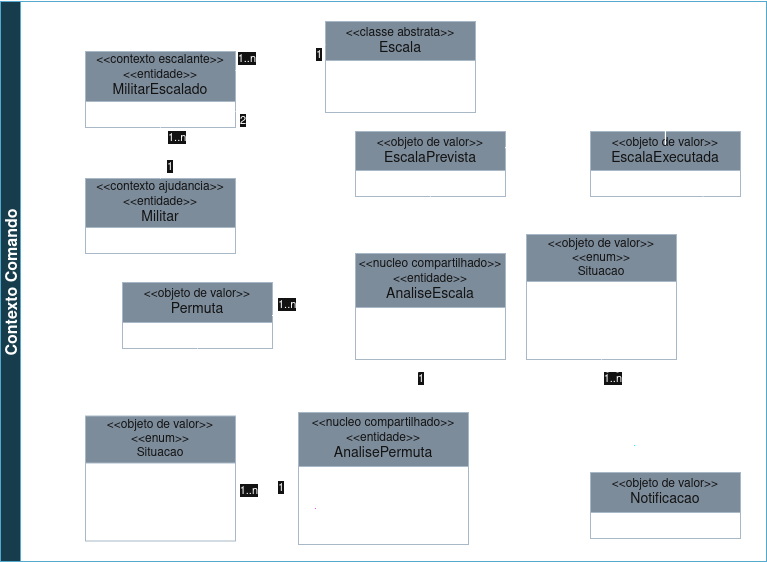
The draw.io diagram docs/diagramas/img/DiagramaUMLComando.png in joaoAaf/escalante-ddd, before a commit. Source tidied: cells renumbered, new cells last; positions are measured from the earlier drawing's top-left corner, leaving out a move shared by most shapes.
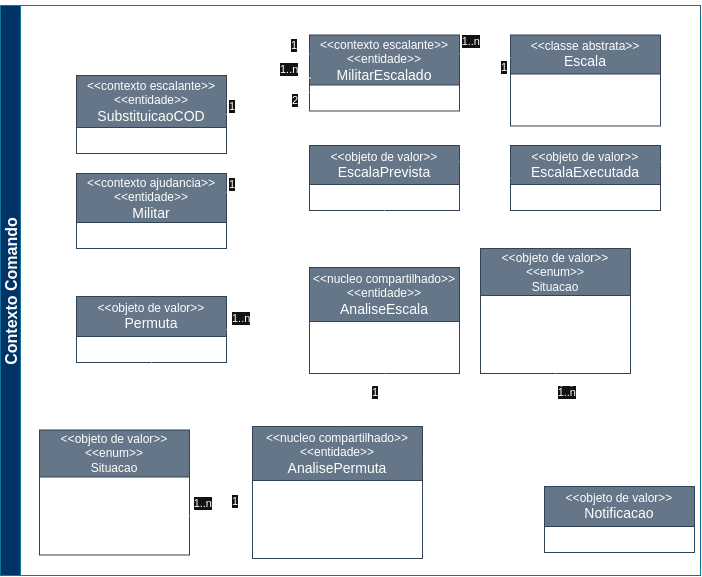
After the commit.

Change to the diagram source:
```diff
@@ -3,7 +3,7 @@
     <mxCell id="0" />
     <mxCell id="1" parent="0" />
     <mxCell id="2" value="&lt;div&gt;&lt;div&gt;&lt;div&gt;&amp;lt;&amp;lt;contexto escalante&amp;gt;&amp;gt;&lt;/div&gt;&lt;/div&gt;&lt;/div&gt;&lt;div&gt;&lt;div&gt;&amp;lt;&amp;lt;entidade&amp;gt;&amp;gt;&lt;/div&gt;&lt;/div&gt;&lt;div&gt;&lt;font style=&quot;font-size: 14px;&quot;&gt;MilitarEscalado&lt;/font&gt;&lt;/div&gt;" style="swimlane;fontStyle=0;horizontal=1;startSize=50;fillColor=#647687;whiteSpace=wrap;html=1;fontColor=#ffffff;strokeColor=#314354;" parent="1" vertex="1">
-      <mxGeometry x="85" y="50" width="150" height="76" as="geometry" />
+      <mxGeometry x="355" y="19.5" width="150" height="76" as="geometry" />
     </mxCell>
     <mxCell id="3" value="&lt;div&gt;&amp;lt;&amp;lt;objeto de valor&amp;gt;&amp;gt;&lt;br&gt;&lt;font style=&quot;font-size: 14px;&quot;&gt;EscalaPrevista&lt;/font&gt;&lt;/div&gt;" style="swimlane;fontStyle=0;horizontal=1;startSize=39;fillColor=#647687;whiteSpace=wrap;html=1;fontColor=#ffffff;strokeColor=#314354;" parent="1" vertex="1">
       <mxGeometry x="355" y="130" width="150" height="65" as="geometry" />
@@ -11,12 +11,12 @@
     <mxCell id="4" value="&lt;div&gt;&amp;lt;&amp;lt;objeto de valor&amp;gt;&amp;gt;&lt;br&gt;&lt;font style=&quot;font-size: 14px;&quot;&gt;Permuta&lt;/font&gt;&lt;/div&gt;" style="swimlane;fontStyle=0;horizontal=1;startSize=40;fillColor=#647687;whiteSpace=wrap;html=1;fontColor=#ffffff;strokeColor=#314354;" parent="1" vertex="1">
       <mxGeometry x="122" y="281" width="150" height="66" as="geometry" />
     </mxCell>
-    <mxCell id="5" style="endArrow=none;html=1;endSize=12;startArrow=none;startSize=14;startFill=0;edgeStyle=orthogonalEdgeStyle;rounded=0;exitX=1;exitY=0.5;exitDx=0;exitDy=0;" parent="1" edge="1" source="4">
+    <mxCell id="5" style="endArrow=none;html=1;endSize=12;startArrow=none;startSize=14;startFill=0;edgeStyle=orthogonalEdgeStyle;rounded=0;exitX=1;exitY=0.5;exitDx=0;exitDy=0;entryX=0;entryY=0.75;entryDx=0;entryDy=0;" parent="1" edge="1" source="4" target="2">
       <mxGeometry relative="1" as="geometry">
-        <mxPoint x="235" y="110" as="targetPoint" />
         <Array as="points">
-          <mxPoint x="306" y="314" />
-          <mxPoint x="306" y="110" />
+          <mxPoint x="326" y="314" />
+          <mxPoint x="326" y="77" />
+          <mxPoint x="355" y="77" />
         </Array>
       </mxGeometry>
     </mxCell>
@@ -27,11 +27,11 @@
     </mxCell>
     <mxCell id="7" value="2" style="edgeLabel;html=1;align=right;verticalAlign=top;" parent="5" vertex="1">
       <mxGeometry x="1" relative="1" as="geometry">
-        <mxPoint x="11" y="-4" as="offset" />
+        <mxPoint x="-11" y="-4" as="offset" />
       </mxGeometry>
     </mxCell>
     <mxCell id="8" value="&lt;div&gt;&amp;lt;&amp;lt;objeto de valor&amp;gt;&amp;gt;&lt;br&gt;&lt;font style=&quot;font-size: 14px;&quot;&gt;EscalaExecutada&lt;/font&gt;&lt;/div&gt;" style="swimlane;fontStyle=0;horizontal=1;startSize=39;fillColor=#647687;whiteSpace=wrap;html=1;fontColor=#ffffff;strokeColor=#314354;" parent="1" vertex="1">
-      <mxGeometry x="590" y="130" width="150" height="65" as="geometry" />
+      <mxGeometry x="556" y="130" width="150" height="65" as="geometry" />
     </mxCell>
     <mxCell id="9" value="&lt;div&gt;&lt;div&gt;&lt;div&gt;&lt;div&gt;&amp;lt;&amp;lt;nucleo compartilhado&amp;gt;&amp;gt;&lt;/div&gt;&lt;/div&gt;&lt;/div&gt;&lt;/div&gt;&lt;div&gt;&amp;lt;&amp;lt;entidade&amp;gt;&amp;gt;&lt;br&gt;&lt;font style=&quot;font-size: 14px;&quot;&gt;AnalisePermuta&lt;/font&gt;&lt;/div&gt;" style="swimlane;fontStyle=0;horizontal=1;startSize=54;fillColor=#647687;whiteSpace=wrap;html=1;fontColor=#ffffff;strokeColor=#314354;" parent="1" vertex="1">
       <mxGeometry x="298" y="411" width="170" height="132" as="geometry" />
@@ -74,21 +74,8 @@
       <mxGeometry relative="1" as="geometry" />
     </mxCell>
     <mxCell id="21" value="&lt;div&gt;&lt;div&gt;&amp;lt;&amp;lt;contexto ajudancia&amp;gt;&amp;gt;&lt;/div&gt;&lt;/div&gt;&amp;lt;&amp;lt;entidade&amp;gt;&amp;gt;&lt;br&gt;&lt;font style=&quot;font-size: 14px;&quot;&gt;Militar&lt;/font&gt;" style="swimlane;fontStyle=0;horizontal=1;startSize=49;fillColor=#647687;whiteSpace=wrap;html=1;fontColor=#ffffff;strokeColor=#314354;" parent="1" vertex="1">
-      <mxGeometry x="85" y="177" width="150" height="75" as="geometry" />
+      <mxGeometry x="122" y="158" width="150" height="75" as="geometry" />
     </mxCell>
-    <mxCell id="22" style="endArrow=none;html=1;endSize=12;startArrow=none;startSize=14;startFill=0;edgeStyle=orthogonalEdgeStyle;rounded=0;exitX=0.5;exitY=1;exitDx=0;exitDy=0;entryX=0.5;entryY=0;entryDx=0;entryDy=0;" parent="1" edge="1" source="2" target="21">
-      <mxGeometry relative="1" as="geometry" />
-    </mxCell>
-    <mxCell id="23" value="&lt;div&gt;1..n&lt;/div&gt;" style="edgeLabel;html=1;align=left;verticalAlign=top;" parent="22" vertex="1">
-      <mxGeometry x="-1" relative="1" as="geometry">
-        <mxPoint x="6" y="-3" as="offset" />
-      </mxGeometry>
-    </mxCell>
-    <mxCell id="24" value="1" style="edgeLabel;html=1;align=right;verticalAlign=top;" parent="22" vertex="1">
-      <mxGeometry x="1" relative="1" as="geometry">
-        <mxPoint x="13" y="-25" as="offset" />
-      </mxGeometry>
-    </mxCell>
     <mxCell id="25" value="&lt;div&gt;&lt;div&gt;&lt;div&gt;&lt;div&gt;&amp;lt;&amp;lt;nucleo compartilhado&amp;gt;&amp;gt;&lt;/div&gt;&lt;/div&gt;&lt;/div&gt;&lt;/div&gt;&lt;div&gt;&amp;lt;&amp;lt;entidade&amp;gt;&amp;gt;&lt;br&gt;&lt;font style=&quot;font-size: 14px;&quot;&gt;AnaliseEscala&lt;/font&gt;&lt;/div&gt;" style="swimlane;fontStyle=0;horizontal=1;startSize=54;fillColor=#647687;whiteSpace=wrap;html=1;fontColor=#ffffff;strokeColor=#314354;" parent="1" vertex="1">
       <mxGeometry x="355" y="252" width="150" height="106" as="geometry" />
     </mxCell>
@@ -131,11 +118,16 @@
         <mxPoint x="21" y="6" as="offset" />
       </mxGeometry>
     </mxCell>
-    <mxCell id="36" style="endArrow=none;html=1;endSize=12;startArrow=open;startSize=14;startFill=0;edgeStyle=orthogonalEdgeStyle;rounded=0;entryX=0.75;entryY=1;entryDx=0;entryDy=0;dashed=1;exitX=1;exitY=0.25;exitDx=0;exitDy=0;" parent="1" edge="1" source="9" target="8">
-      <mxGeometry relative="1" as="geometry" />
+    <mxCell id="36" style="endArrow=none;html=1;endSize=12;startArrow=open;startSize=14;startFill=0;edgeStyle=orthogonalEdgeStyle;rounded=0;entryX=1;entryY=0.75;entryDx=0;entryDy=0;dashed=1;exitX=1;exitY=0.25;exitDx=0;exitDy=0;" parent="1" edge="1" source="9" target="8">
+      <mxGeometry relative="1" as="geometry">
+        <Array as="points">
+          <mxPoint x="716" y="444" />
+          <mxPoint x="716" y="179" />
+        </Array>
+      </mxGeometry>
     </mxCell>
     <mxCell id="37" value="&lt;div&gt;&amp;lt;&amp;lt;classe abstrata&amp;gt;&amp;gt;&lt;/div&gt;&lt;div&gt;&lt;font style=&quot;font-size: 14px;&quot;&gt;Escala&lt;/font&gt;&lt;/div&gt;" style="swimlane;fontStyle=0;horizontal=1;startSize=39;fillColor=#647687;whiteSpace=wrap;html=1;fontColor=#ffffff;strokeColor=#314354;" parent="1" vertex="1">
-      <mxGeometry x="325" y="20" width="150" height="91" as="geometry" />
+      <mxGeometry x="556" y="19.5" width="150" height="91" as="geometry" />
     </mxCell>
     <mxCell id="38" value="- dataInicial: Date" style="text;strokeColor=none;fillColor=none;align=left;verticalAlign=top;spacingLeft=4;spacingRight=4;overflow=hidden;whiteSpace=wrap;html=1;" parent="37" vertex="1">
       <mxGeometry y="39" width="150" height="26" as="geometry" />
@@ -156,34 +148,22 @@
         <mxPoint x="21" y="-25" as="offset" />
       </mxGeometry>
     </mxCell>
-    <mxCell id="43" style="endArrow=block;html=1;endSize=12;startArrow=none;startSize=14;startFill=0;edgeStyle=orthogonalEdgeStyle;rounded=0;endFill=0;entryX=1;entryY=0.25;entryDx=0;entryDy=0;exitX=1;exitY=0.25;exitDx=0;exitDy=0;" parent="1" edge="1" source="3" target="37">
+    <mxCell id="43" style="endArrow=block;html=1;endSize=12;startArrow=none;startSize=14;startFill=0;edgeStyle=orthogonalEdgeStyle;rounded=0;endFill=0;entryX=0;entryY=0.5;entryDx=0;entryDy=0;exitX=1;exitY=0.25;exitDx=0;exitDy=0;" parent="1" edge="1" source="3" target="39">
       <mxGeometry relative="1" as="geometry">
         <Array as="points">
-          <mxPoint x="527" y="146" />
-          <mxPoint x="527" y="43" />
+          <mxPoint x="536" y="146" />
+          <mxPoint x="536" y="97" />
         </Array>
       </mxGeometry>
     </mxCell>
-    <mxCell id="44" style="endArrow=block;html=1;endSize=12;startArrow=none;startSize=14;startFill=0;edgeStyle=orthogonalEdgeStyle;rounded=0;endFill=0;entryX=1;entryY=0.25;entryDx=0;entryDy=0;exitX=0.5;exitY=0;exitDx=0;exitDy=0;" parent="1" edge="1" source="8" target="37">
-      <mxGeometry relative="1" as="geometry">
-        <Array as="points">
-          <mxPoint x="665" y="143" />
-          <mxPoint x="666" y="143" />
-          <mxPoint x="666" y="43" />
-        </Array>
-      </mxGeometry>
-    </mxCell>
-    <mxCell id="45" style="endArrow=none;html=1;endSize=12;startArrow=open;startSize=14;startFill=0;edgeStyle=orthogonalEdgeStyle;rounded=0;entryX=0;entryY=0.75;entryDx=0;entryDy=0;dashed=1;exitX=1;exitY=0.75;exitDx=0;exitDy=0;" parent="1" edge="1" source="3" target="8">
-      <mxGeometry relative="1" as="geometry" />
-    </mxCell>
     <mxCell id="46" value="&lt;div&gt;&amp;lt;&amp;lt;objeto de valor&amp;gt;&amp;gt;&lt;br&gt;&lt;font style=&quot;font-size: 14px;&quot;&gt;Notificacao&lt;/font&gt;&lt;/div&gt;" style="swimlane;fontStyle=0;horizontal=1;startSize=40;fillColor=#647687;whiteSpace=wrap;html=1;fontColor=#ffffff;strokeColor=#314354;" parent="1" vertex="1">
       <mxGeometry x="590" y="471" width="150" height="66" as="geometry" />
     </mxCell>
     <mxCell id="47" style="endArrow=none;html=1;endSize=12;startArrow=open;startSize=14;startFill=0;edgeStyle=orthogonalEdgeStyle;rounded=0;entryX=0;entryY=0.5;entryDx=0;entryDy=0;dashed=1;exitX=1;exitY=0.5;exitDx=0;exitDy=0;" parent="1" edge="1" source="11" target="46">
       <mxGeometry relative="1" as="geometry" />
     </mxCell>
-    <mxCell id="48" value="Contexto Comando" style="swimlane;startSize=20;horizontal=0;horizontalTree=1;sortEdges=1;containerType=tree;fontSize=16;fillColor=#b1ddf0;strokeColor=#10739e;" parent="1" vertex="1">
-      <mxGeometry width="766" height="560" as="geometry" />
+    <mxCell id="48" value="Contexto Comando" style="swimlane;startSize=20;horizontal=0;horizontalTree=1;sortEdges=1;containerType=tree;fontSize=16;fillColor=#003366;strokeColor=#10739e;fillStyle=auto;" parent="1" vertex="1">
+      <mxGeometry x="46" y="-10" width="700" height="570" as="geometry" />
     </mxCell>
     <mxCell id="49" style="endArrow=none;dashed=1;html=1;dashPattern=1 4;strokeWidth=2;rounded=0;" parent="1" edge="1">
       <mxGeometry relative="1" as="geometry">
@@ -245,41 +225,81 @@
         <mxPoint x="66" y="550" as="targetPoint" />
       </mxGeometry>
     </mxCell>
-    <mxCell id="59" style="endArrow=none;dashed=1;html=1;dashPattern=1 4;strokeWidth=2;rounded=0;entryX=0;entryY=0;entryDx=0;entryDy=0;exitX=0;exitY=0;exitDx=0;exitDy=0;" parent="1" edge="1">
-      <mxGeometry relative="1" as="geometry">
-        <mxPoint x="76" y="150" as="sourcePoint" />
-        <mxPoint x="76" as="targetPoint" />
-      </mxGeometry>
-    </mxCell>
-    <mxCell id="60" style="endArrow=none;dashed=1;html=1;dashPattern=1 4;strokeWidth=2;rounded=0;entryX=0;entryY=0;entryDx=0;entryDy=0;exitX=1;exitY=0;exitDx=0;exitDy=0;" parent="1" edge="1">
+    <mxCell id="60" style="endArrow=none;dashed=1;html=1;dashPattern=1 4;strokeWidth=2;rounded=0;" parent="1" edge="1">
       <mxGeometry relative="1" as="geometry">
-        <mxPoint x="756" y="10" as="sourcePoint" />
-        <mxPoint x="76" y="10" as="targetPoint" />
+        <mxPoint x="726" y="10" as="sourcePoint" />
+        <mxPoint x="336" y="10" as="targetPoint" />
       </mxGeometry>
     </mxCell>
-    <mxCell id="61" style="endArrow=none;dashed=1;html=1;dashPattern=1 4;strokeWidth=2;rounded=0;exitX=1;exitY=1;exitDx=0;exitDy=0;entryX=1;entryY=1;entryDx=0;entryDy=0;" parent="1" edge="1">
+    <mxCell id="61" style="endArrow=none;dashed=1;html=1;dashPattern=1 4;strokeWidth=2;rounded=0;" parent="1" edge="1">
       <mxGeometry relative="1" as="geometry">
-        <mxPoint x="756" y="210" as="sourcePoint" />
-        <mxPoint x="266" y="210" as="targetPoint" />
+        <mxPoint x="726" y="210" as="sourcePoint" />
+        <mxPoint x="346" y="210" as="targetPoint" />
       </mxGeometry>
     </mxCell>
     <mxCell id="62" style="endArrow=none;dashed=1;html=1;dashPattern=1 4;strokeWidth=2;rounded=0;entryX=1;entryY=0;entryDx=0;entryDy=0;exitX=1;exitY=1;exitDx=0;exitDy=0;" parent="1" edge="1">
       <mxGeometry relative="1" as="geometry">
-        <mxPoint x="756" y="210" as="sourcePoint" />
-        <mxPoint x="756" y="10" as="targetPoint" />
+        <mxPoint x="726" y="210" as="sourcePoint" />
+        <mxPoint x="726" y="10" as="targetPoint" />
       </mxGeometry>
     </mxCell>
-    <mxCell id="63" style="endArrow=none;dashed=1;html=1;dashPattern=1 4;strokeWidth=2;rounded=0;entryX=0;entryY=0;entryDx=0;entryDy=0;exitX=1;exitY=0;exitDx=0;exitDy=0;" parent="1" edge="1">
-      <mxGeometry relative="1" as="geometry">
-        <mxPoint x="266" y="150" as="sourcePoint" />
-        <mxPoint x="76" y="150" as="targetPoint" />
-      </mxGeometry>
-    </mxCell>
-    <mxCell id="64" style="endArrow=none;dashed=1;html=1;dashPattern=1 4;strokeWidth=2;rounded=0;entryX=1;entryY=0;entryDx=0;entryDy=0;exitX=1;exitY=1;exitDx=0;exitDy=0;" parent="1" edge="1">
+    <mxCell id="64" style="endArrow=none;dashed=1;html=1;dashPattern=1 4;strokeWidth=2;rounded=0;exitX=1;exitY=1;exitDx=0;exitDy=0;" parent="1" edge="1">
       <mxGeometry relative="1" as="geometry">
-        <mxPoint x="266" y="210" as="sourcePoint" />
-        <mxPoint x="266" y="150" as="targetPoint" />
+        <mxPoint x="346" y="210" as="sourcePoint" />
+        <mxPoint x="346" y="10" as="targetPoint" />
       </mxGeometry>
     </mxCell>
+    <mxCell id="65" value="&lt;div&gt;&lt;div&gt;&amp;lt;&amp;lt;contexto escalante&amp;gt;&amp;gt;&lt;/div&gt;&lt;div&gt;&lt;/div&gt;&lt;div&gt;&amp;lt;&amp;lt;entidade&amp;gt;&amp;gt;&lt;/div&gt;&lt;div&gt;&lt;span style=&quot;font-size: 14px;&quot;&gt;SubstituicaoCOD&lt;/span&gt;&lt;/div&gt;&lt;/div&gt;" style="swimlane;fontStyle=0;horizontal=1;startSize=52;fillColor=#647687;whiteSpace=wrap;html=1;fontColor=#ffffff;strokeColor=#314354;" parent="1" vertex="1">
+      <mxGeometry x="122" y="60" width="150" height="78" as="geometry" />
+    </mxCell>
+    <mxCell id="22" style="endArrow=none;html=1;endSize=12;startArrow=none;startSize=14;startFill=0;edgeStyle=orthogonalEdgeStyle;rounded=0;exitX=0.008;exitY=0.567;exitDx=0;exitDy=0;entryX=1;entryY=0.25;entryDx=0;entryDy=0;exitPerimeter=0;" parent="1" edge="1" source="2" target="21">
+      <mxGeometry relative="1" as="geometry" />
+    </mxCell>
+    <mxCell id="23" value="&lt;span style=&quot;text-align: right;&quot;&gt;1..n&lt;/span&gt;" style="edgeLabel;html=1;align=left;verticalAlign=top;" parent="22" vertex="1">
+      <mxGeometry x="-1" relative="1" as="geometry">
+        <mxPoint x="-32" y="-22" as="offset" />
+      </mxGeometry>
+    </mxCell>
+    <mxCell id="66" value="&lt;div&gt;1&lt;/div&gt;" style="edgeLabel;html=1;align=right;verticalAlign=top;" parent="22" vertex="1">
+      <mxGeometry x="1" relative="1" as="geometry">
+        <mxPoint x="9" y="-21" as="offset" />
+      </mxGeometry>
+    </mxCell>
+    <mxCell id="67" style="endArrow=none;html=1;endSize=12;startArrow=none;startSize=14;startFill=0;edgeStyle=orthogonalEdgeStyle;rounded=0;exitX=0;exitY=0.25;exitDx=0;exitDy=0;entryX=1;entryY=0.5;entryDx=0;entryDy=0;" parent="1" edge="1" source="2" target="65">
+      <mxGeometry relative="1" as="geometry">
+        <Array as="points">
+          <mxPoint x="296" y="38" />
+          <mxPoint x="296" y="99" />
+        </Array>
+      </mxGeometry>
+    </mxCell>
+    <mxCell id="68" value="&lt;span style=&quot;text-align: right;&quot;&gt;1&lt;/span&gt;" style="edgeLabel;html=1;align=left;verticalAlign=top;" parent="67" vertex="1">
+      <mxGeometry x="-1" relative="1" as="geometry">
+        <mxPoint x="-20" y="-22" as="offset" />
+      </mxGeometry>
+    </mxCell>
+    <mxCell id="69" value="&lt;div&gt;1&lt;/div&gt;" style="edgeLabel;html=1;align=right;verticalAlign=top;" parent="67" vertex="1">
+      <mxGeometry x="1" relative="1" as="geometry">
+        <mxPoint x="9" y="-21" as="offset" />
+      </mxGeometry>
+    </mxCell>
+    <mxCell id="70" style="endArrow=block;html=1;endSize=12;startArrow=none;startSize=14;startFill=0;edgeStyle=orthogonalEdgeStyle;rounded=0;endFill=0;exitX=0;exitY=0.5;exitDx=0;exitDy=0;entryX=0;entryY=0.5;entryDx=0;entryDy=0;" parent="1" edge="1" source="8" target="39">
+      <mxGeometry relative="1" as="geometry">
+        <Array as="points">
+          <mxPoint x="536" y="163" />
+          <mxPoint x="536" y="98" />
+          <mxPoint x="556" y="98" />
+        </Array>
+      </mxGeometry>
+    </mxCell>
+    <mxCell id="71" style="endArrow=none;html=1;endSize=12;startArrow=open;startSize=14;startFill=0;edgeStyle=orthogonalEdgeStyle;rounded=0;entryX=1;entryY=0.25;entryDx=0;entryDy=0;dashed=1;exitX=0.5;exitY=0;exitDx=0;exitDy=0;" parent="1" edge="1" source="65" target="8">
+      <mxGeometry relative="1" as="geometry">
+        <Array as="points">
+          <mxPoint x="197" />
+          <mxPoint x="716" />
+          <mxPoint x="716" y="146" />
+        </Array>
+      </mxGeometry>
+    </mxCell>
   </root>
 </mxGraphModel>
```
